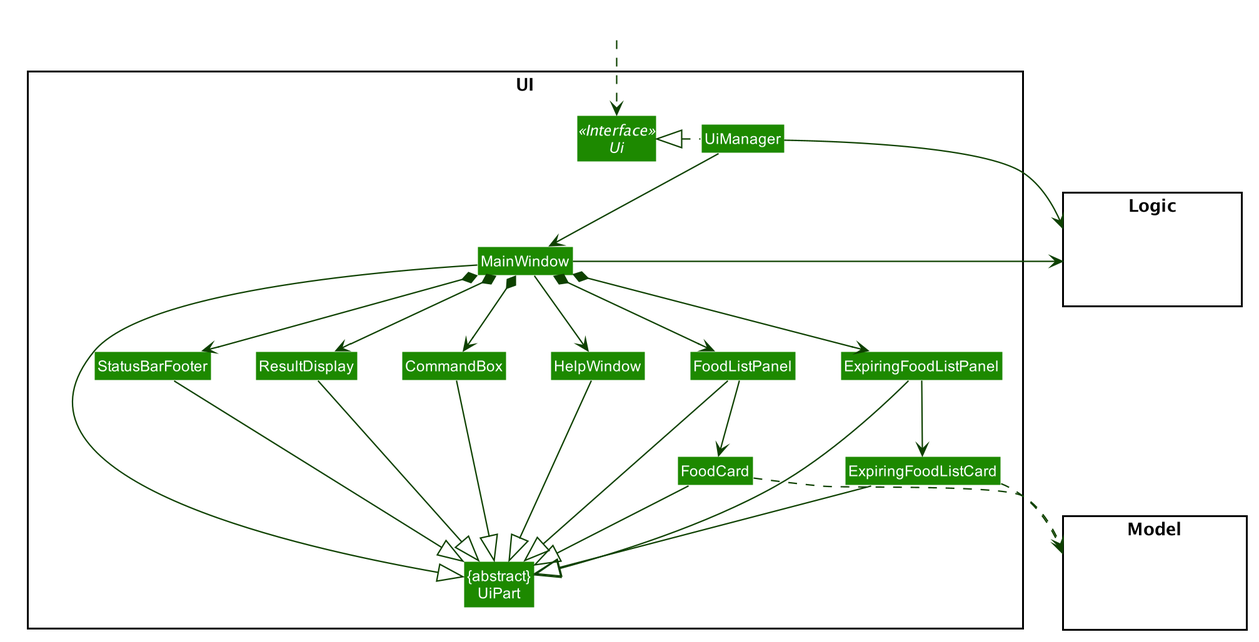
The PlantUML diagram docs/images/UiClassDiagram.png in rolandyuwy/tp, before a commit. Source of this version:
```plantuml
@startuml








skinparam BackgroundColor #FFFFFFF

skinparam Shadowing false

skinparam Class {
    FontColor #FFFFFF
    BorderThickness 1
    BorderColor #FFFFFF
    StereotypeFontColor #FFFFFF
    FontName Arial
}

skinparam Actor {
    BorderColor #000000
    Color #000000
    FontName Arial
}

skinparam Sequence {
    MessageAlign center
    BoxFontSize 15
    BoxPadding 0
    BoxFontColor #FFFFFF
    FontName Arial
}

skinparam Participant {
    FontColor #FFFFFFF
    Padding 20
}

skinparam MinClassWidth 50
skinparam ParticipantPadding 10
skinparam Shadowing false
skinparam DefaultTextAlignment center
skinparam packageStyle Rectangle

hide footbox
hide members
hide circle
skinparam arrowThickness 1.1
skinparam arrowColor #0E4100
skinparam classBackgroundColor #1D8900

package UI <<Rectangle>>{
Interface Ui <<Interface>>
Class "{abstract}\nUiPart" as UiPart
Class UiManager
Class MainWindow
Class HelpWindow
Class ResultDisplay
Class ExpiringFoodListPanel
Class ExpiringFoodListCard
Class FoodListPanel
Class FoodCard
Class StatusBarFooter
Class CommandBox
}

package Model <<Rectangle>> {
Class HiddenModel #FFFFFF
}

package Logic <<Rectangle>> {
Class HiddenLogic #FFFFFF
}

Class HiddenOutside #FFFFFF
HiddenOutside ..> Ui

UiManager .left.|> Ui
UiManager -down-> MainWindow
MainWindow --> HelpWindow
MainWindow *-down-> CommandBox
MainWindow *-down-> ResultDisplay
MainWindow *-down-> ExpiringFoodListPanel
MainWindow *-down-> FoodListPanel
MainWindow *-down-> StatusBarFooter

FoodListPanel -down-> FoodCard
ExpiringFoodListPanel -down-> ExpiringFoodListCard

MainWindow -left-|> UiPart

ResultDisplay --|> UiPart
CommandBox --|> UiPart
ExpiringFoodListPanel --|> UiPart
ExpiringFoodListCard --|> UiPart
FoodListPanel --|> UiPart
FoodCard --|> UiPart
StatusBarFooter --|> UiPart
HelpWindow -down-|> UiPart

FoodCard ..> Model
ExpiringFoodListCard ..> Model
UiManager -right-> Logic
MainWindow -left-> Logic

FoodListPanel -[hidden]left- HelpWindow
HelpWindow -[hidden]left- CommandBox
CommandBox -[hidden]left- ResultDisplay
ResultDisplay -[hidden]left- StatusBarFooter

MainWindow -[hidden]-|> UiPart
@enduml
```
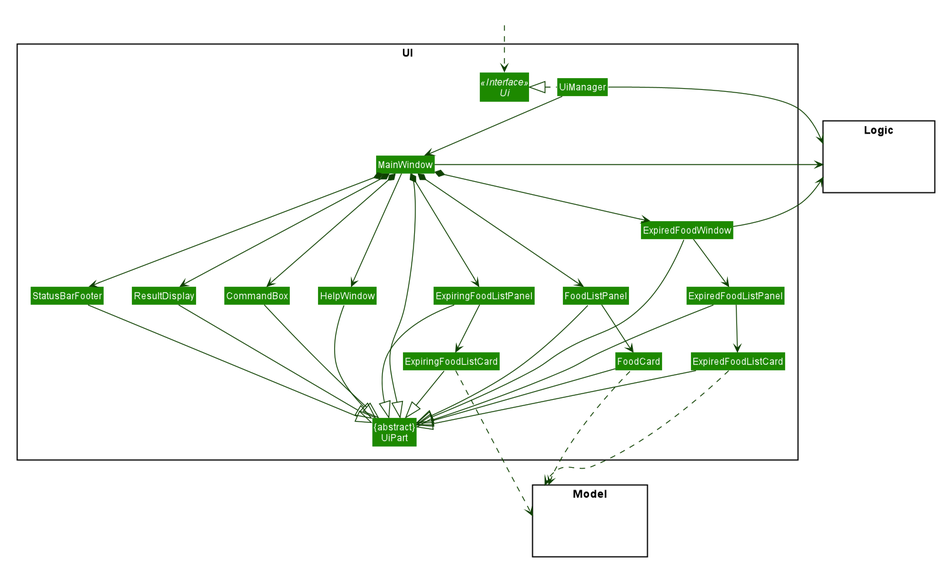
After the change.

Commit message:
Update UML diagram of UI

Change to the diagram source:
```diff
@@ -60,6 +60,9 @@
 Class ResultDisplay
 Class ExpiringFoodListPanel
 Class ExpiringFoodListCard
+Class ExpiredFoodWindow
+Class ExpiredFoodListPanel
+Class ExpiredFoodListCard
 Class FoodListPanel
 Class FoodCard
 Class StatusBarFooter
@@ -85,9 +88,12 @@
 MainWindow *-down-> ExpiringFoodListPanel
 MainWindow *-down-> FoodListPanel
 MainWindow *-down-> StatusBarFooter
+MainWindow *-down-> ExpiredFoodWindow
 
 FoodListPanel -down-> FoodCard
 ExpiringFoodListPanel -down-> ExpiringFoodListCard
+ExpiredFoodWindow -down-> ExpiredFoodListPanel
+ExpiredFoodListPanel -down-> ExpiredFoodListCard
 
 MainWindow -left-|> UiPart
 
@@ -95,20 +101,28 @@
 CommandBox --|> UiPart
 ExpiringFoodListPanel --|> UiPart
 ExpiringFoodListCard --|> UiPart
+ExpiredFoodWindow --|> UiPart
+ExpiredFoodListPanel --|> UiPart
+ExpiredFoodListCard --|> UiPart
 FoodListPanel --|> UiPart
 FoodCard --|> UiPart
 StatusBarFooter --|> UiPart
 HelpWindow -down-|> UiPart
 
-FoodCard ..> Model
-ExpiringFoodListCard ..> Model
+FoodCard .down.> Model
+ExpiringFoodListCard .down.> Model
+ExpiredFoodListCard .down.> Model
 UiManager -right-> Logic
 MainWindow -left-> Logic
+ExpiredFoodWindow -left-> Logic
 
 FoodListPanel -[hidden]left- HelpWindow
 HelpWindow -[hidden]left- CommandBox
 CommandBox -[hidden]left- ResultDisplay
 ResultDisplay -[hidden]left- StatusBarFooter
+ExpiredFoodListPanel -[hidden]left- ExpiringFoodListPanel
 
 MainWindow -[hidden]-|> UiPart
+UiPart -[hidden]-|> Model
+
 @enduml
```
